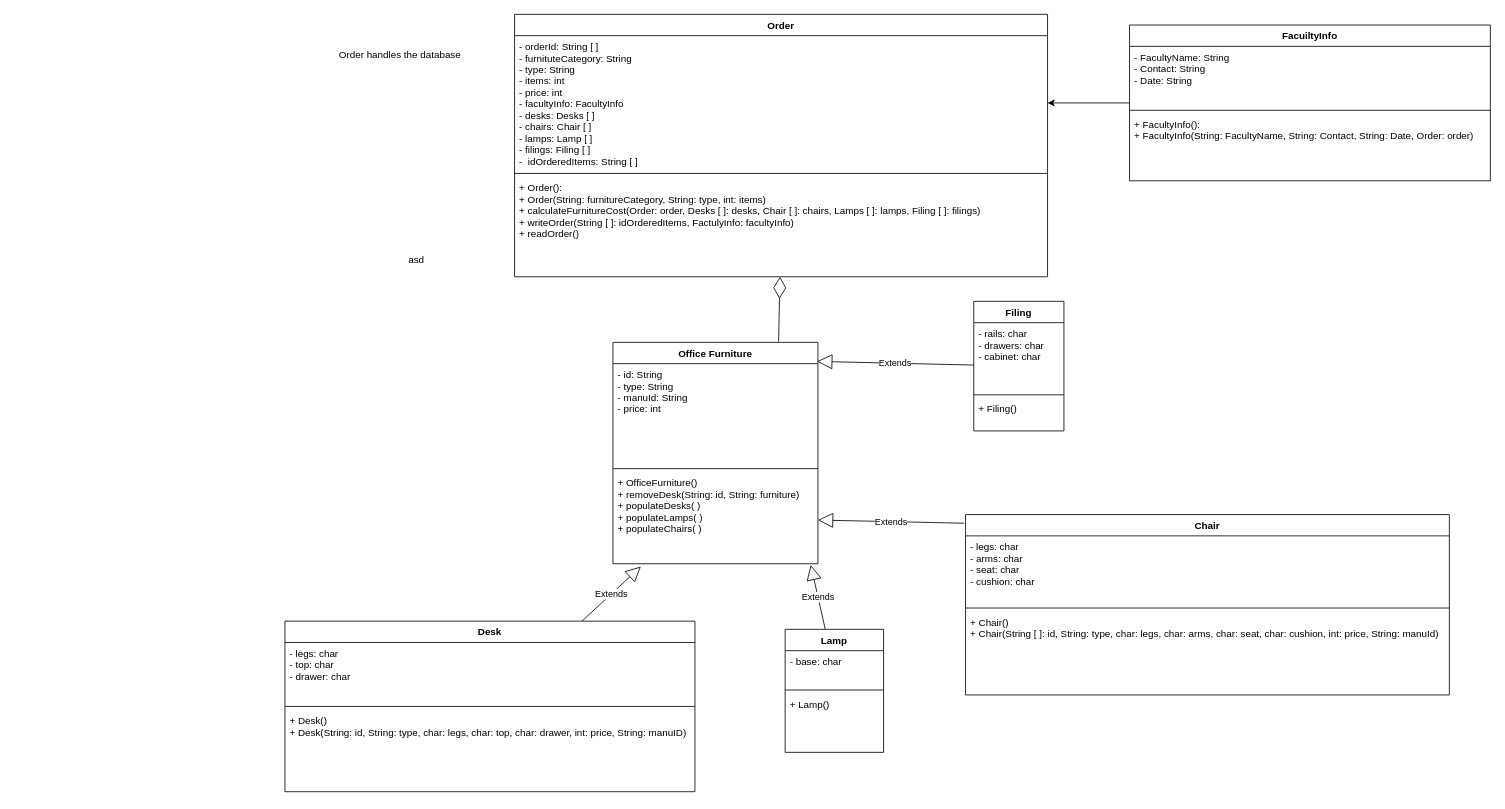
The draw.io diagram uml1.drawio in JayGurjar/Furniture-Management-System, before the edit. Source tidied: cells renumbered, new cells numbered last; positions are measured from the earlier drawing's top-left corner, leaving out a move shared by most shapes. Both pictures are drawn from the tidied source at 82%, with x=0, y=0 at pixel (285, 14).
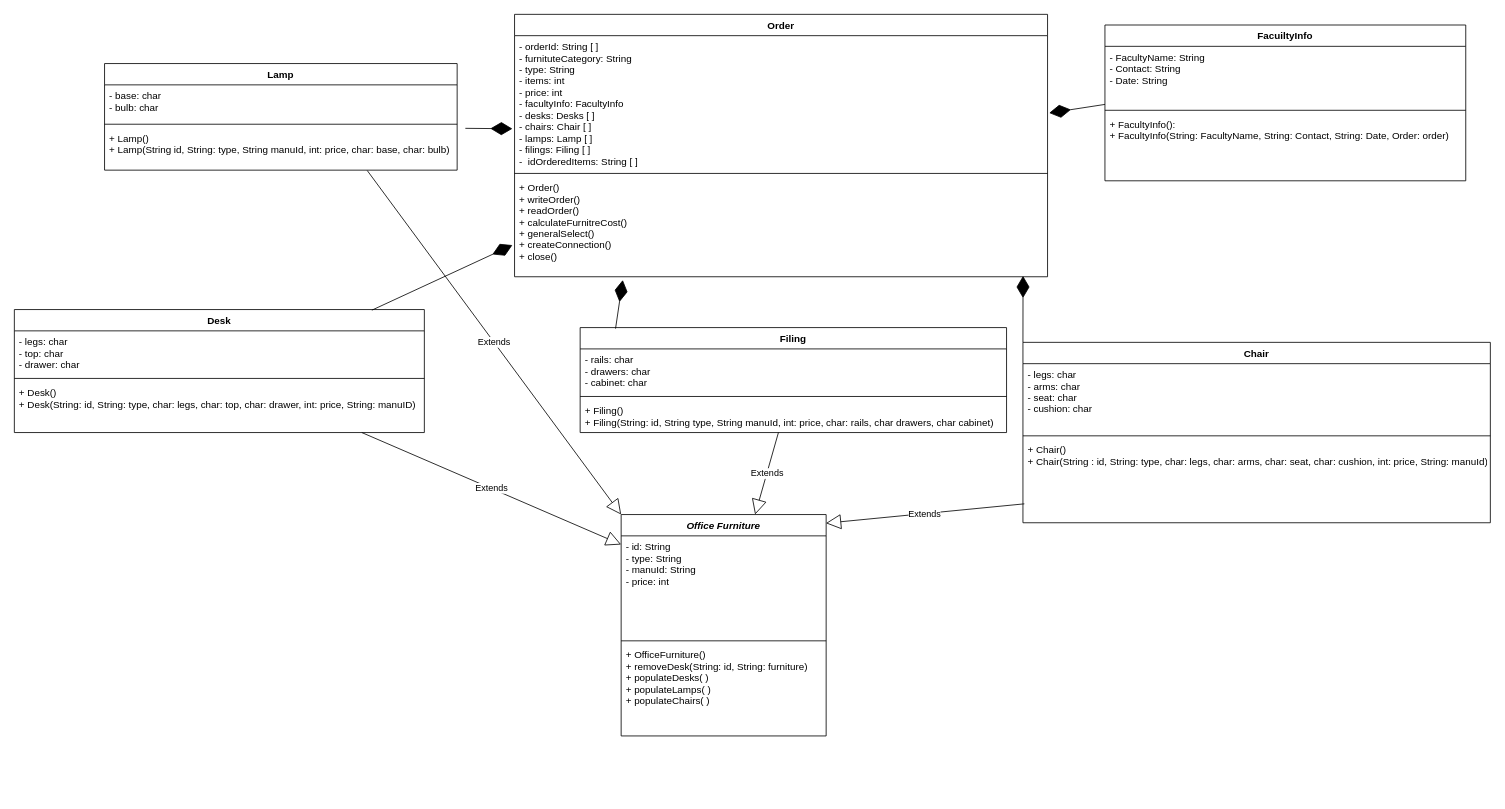
The same page after the edit.

The change refers to these unchanged cells:
```xml
<mxCell id="2" value="Order" style="swimlane;fontStyle=1;align=center;verticalAlign=top;horizontal=1;startSize=26;" parent="1" vertex="1">
  <mxGeometry x="280" width="650" height="320" as="geometry" />
</mxCell>
<mxCell id="3" value="- orderId: String [ ]&#10;- furnituteCategory: String&#10;- type: String&#10;- items: int&#10;- price: int&#10;- facultyInfo: FacultyInfo&#10;- desks: Desks [ ]&#10;- chairs: Chair [ ]&#10;- lamps: Lamp [ ]&#10;- filings: Filing [ ]&#10;-  idOrderedItems: String [ ]" style="text;strokeColor=none;fillColor=none;align=left;verticalAlign=top;spacingLeft=4;spacingRight=4;overflow=hidden;points=[[0,0.5],[1,0.5]];portConstraint=eastwest;" parent="2" vertex="1">
  <mxGeometry y="26" width="650" height="164" as="geometry" />
</mxCell>
<mxCell id="16" value="- FacultyName: String&#10;- Contact: String&#10;- Date: String&#10;" style="text;strokeColor=none;fillColor=none;align=left;verticalAlign=top;spacingLeft=4;spacingRight=4;overflow=hidden;points=[[0,0.5],[1,0.5]];portConstraint=eastwest;" parent="15" vertex="1">
  <mxGeometry y="26" width="440" height="74" as="geometry" />
</mxCell>
<mxCell id="28" value="- id: String&#10;- type: String&#10;- manuId: String&#10;- price: int&#10; &#10;" style="text;strokeColor=none;fillColor=none;align=left;verticalAlign=top;spacingLeft=4;spacingRight=4;overflow=hidden;points=[[0,0.5],[1,0.5]];portConstraint=eastwest;" parent="27" vertex="1">
  <mxGeometry y="26" width="250" height="124" as="geometry" />
</mxCell>
<mxCell id="30" value="+ OfficeFurniture()&#10;+ removeDesk(String: id, String: furniture) &#10;+ populateDesks( )&#10;+ populateLamps( )&#10;+ populateChairs( )" style="text;strokeColor=none;fillColor=none;align=left;verticalAlign=top;spacingLeft=4;spacingRight=4;overflow=hidden;points=[[0,0.5],[1,0.5]];portConstraint=eastwest;" parent="27" vertex="1">
  <mxGeometry y="158" width="250" height="112" as="geometry" />
</mxCell>
```

Change to the diagram source:
```diff
@@
-    <mxCell id="5" value="+ Order():&#10;+ Order(String: furnitureCategory, String: type, int: items)&#10;+ calculateFurnitureCost(Order: order, Desks [ ]: desks, Chair [ ]: chairs, Lamps [ ]: lamps, Filing [ ]: filings)&#10;+ writeOrder(String [ ]: idOrderedItems, FactulyInfo: facultyInfo)&#10;+ readOrder()" style="text;strokeColor=none;fillColor=none;align=left;verticalAlign=top;spacingLeft=4;spacingRight=4;overflow=hidden;points=[[0,0.5],[1,0.5]];portConstraint=eastwest;" parent="2" vertex="1">
+    <mxCell id="5" value="+ Order()&#10;+ writeOrder()&#10;+ readOrder()&#10;+ calculateFurnitreCost()&#10;+ generalSelect()&#10;+ createConnection()&#10;+ close()" style="text;strokeColor=none;fillColor=none;align=left;verticalAlign=top;spacingLeft=4;spacingRight=4;overflow=hidden;points=[[0,0.5],[1,0.5]];portConstraint=eastwest;" parent="2" vertex="1">
       <mxGeometry y="198" width="650" height="122" as="geometry" />
     </mxCell>
     <mxCell id="6" value="Chair&#10;" style="swimlane;fontStyle=1;align=center;verticalAlign=top;horizontal=1;startSize=26;" parent="1" vertex="1">
-      <mxGeometry x="830" y="610" width="590" height="220" as="geometry" />
+      <mxGeometry x="900" y="400" width="570" height="220" as="geometry" />
     </mxCell>
     <mxCell id="7" value="- legs: char&#10;- arms: char&#10;- seat: char&#10;- cushion: char&#10; " style="text;strokeColor=none;fillColor=none;align=left;verticalAlign=top;spacingLeft=4;spacingRight=4;overflow=hidden;" parent="6" vertex="1">
-      <mxGeometry y="26" width="590" height="84" as="geometry" />
+      <mxGeometry y="26" width="570" height="84" as="geometry" />
     </mxCell>
     <mxCell id="8" style="line;strokeWidth=1;fillColor=none;align=left;verticalAlign=middle;spacingTop=-1;spacingLeft=3;spacingRight=3;labelPosition=right;" parent="6" vertex="1">
-      <mxGeometry y="110" width="590" height="8" as="geometry" />
+      <mxGeometry y="110" width="570" height="8" as="geometry" />
     </mxCell>
-    <mxCell id="9" value="+ Chair()&#10;+ Chair(String [ ]: id, String: type, char: legs, char: arms, char: seat, char: cushion, int: price, String: manuId)" style="text;strokeColor=none;fillColor=none;align=left;verticalAlign=top;spacingLeft=4;spacingRight=4;overflow=hidden;points=[[0,0.5],[1,0.5]];portConstraint=eastwest;" parent="6" vertex="1">
-      <mxGeometry y="118" width="590" height="102" as="geometry" />
+    <mxCell id="9" value="+ Chair()&#10;+ Chair(String : id, String: type, char: legs, char: arms, char: seat, char: cushion, int: price, String: manuId)" style="text;strokeColor=none;fillColor=none;align=left;verticalAlign=top;spacingLeft=4;spacingRight=4;overflow=hidden;points=[[0,0.5],[1,0.5]];portConstraint=eastwest;" parent="6" vertex="1">
+      <mxGeometry y="118" width="570" height="102" as="geometry" />
     </mxCell>
     <mxCell id="10" value="Desk&#10;" style="swimlane;fontStyle=1;align=center;verticalAlign=top;horizontal=1;startSize=26;" parent="1" vertex="1">
-      <mxGeometry y="740" width="500" height="208" as="geometry" />
+      <mxGeometry x="-330" y="360" width="500" height="150" as="geometry" />
     </mxCell>
     <mxCell id="11" value="- legs: char&#10;- top: char&#10;- drawer: char&#10;" style="text;strokeColor=none;fillColor=none;align=left;verticalAlign=top;spacingLeft=4;spacingRight=4;overflow=hidden;" parent="10" vertex="1">
-      <mxGeometry y="26" width="500" height="74" as="geometry" />
+      <mxGeometry y="26" width="500" height="54" as="geometry" />
     </mxCell>
     <mxCell id="12" style="line;strokeWidth=1;fillColor=none;align=left;verticalAlign=middle;spacingTop=-1;spacingLeft=3;spacingRight=3;labelPosition=right;" parent="10" vertex="1">
-      <mxGeometry y="100" width="500" height="8" as="geometry" />
+      <mxGeometry y="80" width="500" height="8" as="geometry" />
     </mxCell>
     <mxCell id="13" value="+ Desk()&#10;+ Desk(String: id, String: type, char: legs, char: top, char: drawer, int: price, String: manuID)" style="text;strokeColor=none;fillColor=none;align=left;verticalAlign=top;spacingLeft=4;spacingRight=4;overflow=hidden;" parent="10" vertex="1">
-      <mxGeometry y="108" width="500" height="100" as="geometry" />
+      <mxGeometry y="88" width="500" height="62" as="geometry" />
     </mxCell>
-    <mxCell id="14" style="edgeStyle=orthogonalEdgeStyle;rounded=0;jettySize=auto;html=1;" parent="1" edge="1" source="15" target="3">
-      <mxGeometry relative="1" as="geometry">
-        <Array as="points">
-          <mxPoint x="750" y="130" />
-          <mxPoint x="750" y="130" />
-        </Array>
-      </mxGeometry>
-    </mxCell>
     <mxCell id="15" value="FacuiltyInfo" style="swimlane;fontStyle=1;align=center;verticalAlign=top;horizontal=1;startSize=26;" parent="1" vertex="1">
-      <mxGeometry x="1030" y="13" width="440" height="190" as="geometry" />
+      <mxGeometry x="1000" y="13" width="440" height="190" as="geometry" />
     </mxCell>
@@
     <mxCell id="19" value="Lamp&#10;" style="swimlane;fontStyle=1;align=center;verticalAlign=top;horizontal=1;startSize=26;" parent="1" vertex="1">
-      <mxGeometry x="610" y="750" width="120" height="150" as="geometry" />
+      <mxGeometry x="-220" y="60" width="430" height="130" as="geometry" />
     </mxCell>
-    <mxCell id="20" value="- base: char&#10;" style="text;strokeColor=none;fillColor=none;align=left;verticalAlign=top;spacingLeft=4;spacingRight=4;overflow=hidden;" parent="19" vertex="1">
-      <mxGeometry y="26" width="120" height="44" as="geometry" />
+    <mxCell id="20" value="- base: char&#10;- bulb: char" style="text;strokeColor=none;fillColor=none;align=left;verticalAlign=top;spacingLeft=4;spacingRight=4;overflow=hidden;" parent="19" vertex="1">
+      <mxGeometry y="26" width="430" height="44" as="geometry" />
     </mxCell>
     <mxCell id="21" style="line;strokeWidth=1;fillColor=none;align=left;verticalAlign=middle;spacingTop=-1;spacingLeft=3;spacingRight=3;labelPosition=right;" parent="19" vertex="1">
-      <mxGeometry y="70" width="120" height="8" as="geometry" />
+      <mxGeometry y="70" width="430" height="8" as="geometry" />
     </mxCell>
-    <mxCell id="22" value="+ Lamp()" style="text;strokeColor=none;fillColor=none;align=left;verticalAlign=top;spacingLeft=4;spacingRight=4;overflow=hidden;points=[[0,0.5],[1,0.5]];portConstraint=eastwest;" parent="19" vertex="1">
-      <mxGeometry y="78" width="120" height="72" as="geometry" />
+    <mxCell id="22" value="+ Lamp()&#10;+ Lamp(String id, String: type, String manuId, int: price, char: base, char: bulb)" style="text;strokeColor=none;fillColor=none;align=left;verticalAlign=top;spacingLeft=4;spacingRight=4;overflow=hidden;points=[[0,0.5],[1,0.5]];portConstraint=eastwest;" parent="19" vertex="1">
+      <mxGeometry y="78" width="430" height="52" as="geometry" />
     </mxCell>
     <mxCell id="23" value="Filing" style="swimlane;fontStyle=1;align=center;verticalAlign=top;horizontal=1;startSize=26;" parent="1" vertex="1">
-      <mxGeometry x="840" y="350" width="110" height="158" as="geometry" />
+      <mxGeometry x="360" y="382" width="520" height="128" as="geometry" />
     </mxCell>
     <mxCell id="24" value="- rails: char&#10;- drawers: char&#10;- cabinet: char&#10;" style="text;strokeColor=none;fillColor=none;align=left;verticalAlign=top;spacingLeft=4;spacingRight=4;overflow=hidden;" parent="23" vertex="1">
-      <mxGeometry y="26" width="110" height="84" as="geometry" />
+      <mxGeometry y="26" width="520" height="54" as="geometry" />
     </mxCell>
     <mxCell id="25" style="line;strokeWidth=1;fillColor=none;align=left;verticalAlign=middle;spacingTop=-1;spacingLeft=3;spacingRight=3;labelPosition=right;" parent="23" vertex="1">
-      <mxGeometry y="110" width="110" height="8" as="geometry" />
+      <mxGeometry y="80" width="520" height="8" as="geometry" />
     </mxCell>
-    <mxCell id="26" value="+ Filing()" style="text;strokeColor=none;fillColor=none;align=left;verticalAlign=top;spacingLeft=4;spacingRight=4;overflow=hidden;" parent="23" vertex="1">
-      <mxGeometry y="118" width="110" height="40" as="geometry" />
+    <mxCell id="26" value="+ Filing()&#10;+ Filing(String: id, String type, String manuId, int: price, char: rails, char drawers, char cabinet)" style="text;strokeColor=none;fillColor=none;align=left;verticalAlign=top;spacingLeft=4;spacingRight=4;overflow=hidden;" parent="23" vertex="1">
+      <mxGeometry y="88" width="520" height="40" as="geometry" />
     </mxCell>
-    <mxCell id="27" value="Office Furniture&#10;" style="swimlane;fontStyle=1;align=center;verticalAlign=top;horizontal=1;startSize=26;" parent="1" vertex="1">
-      <mxGeometry x="400" y="400" width="250" height="270" as="geometry" />
+    <mxCell id="27" value="Office Furniture&#10;" style="swimlane;fontStyle=3;align=center;verticalAlign=top;horizontal=1;startSize=26;" parent="1" vertex="1">
+      <mxGeometry x="410" y="610" width="250" height="270" as="geometry" />
     </mxCell>
@@
-    <mxCell id="31" value="Extends" style="endArrow=block;endSize=16;endFill=0;html=1;entryX=0.136;entryY=1.031;entryDx=0;entryDy=0;entryPerimeter=0;" parent="1" edge="1" source="10" target="30">
+    <mxCell id="31" value="Extends" style="endArrow=block;endSize=16;endFill=0;html=1;entryX=0;entryY=0.085;entryDx=0;entryDy=0;entryPerimeter=0;" parent="1" edge="1" source="10" target="28">
       <mxGeometry relative="1" as="geometry" />
     </mxCell>
-    <mxCell id="32" value="Extends" style="endArrow=block;endSize=16;endFill=0;html=1;exitX=0.407;exitY=-0.003;exitDx=0;exitDy=0;exitPerimeter=0;entryX=0.965;entryY=1.013;entryDx=0;entryDy=0;entryPerimeter=0;" parent="1" edge="1" source="19" target="30">
+    <mxCell id="32" value="Extends" style="endArrow=block;endSize=16;endFill=0;html=1;entryX=0;entryY=0;entryDx=0;entryDy=0;exitX=0.745;exitY=1.009;exitDx=0;exitDy=0;exitPerimeter=0;" parent="1" edge="1" source="22" target="27">
       <mxGeometry relative="1" as="geometry" />
     </mxCell>
-    <mxCell id="33" value="Extends" style="endArrow=block;endSize=16;endFill=0;html=1;entryX=0.996;entryY=0.086;entryDx=0;entryDy=0;entryPerimeter=0;" parent="1" edge="1" source="23" target="27">
+    <mxCell id="33" value="Extends" style="endArrow=block;endSize=16;endFill=0;html=1;" parent="1" edge="1" source="23" target="27">
       <mxGeometry relative="1" as="geometry" />
     </mxCell>
-    <mxCell id="34" value="Extends" style="endArrow=block;endSize=16;endFill=0;html=1;exitX=-0.003;exitY=0.048;exitDx=0;exitDy=0;exitPerimeter=0;" parent="1" edge="1" source="6" target="30">
+    <mxCell id="34" value="Extends" style="endArrow=block;endSize=16;endFill=0;html=1;exitX=0.003;exitY=0.774;exitDx=0;exitDy=0;exitPerimeter=0;entryX=0.999;entryY=0.039;entryDx=0;entryDy=0;entryPerimeter=0;" parent="1" edge="1" source="9" target="27">
       <mxGeometry relative="1" as="geometry" />
     </mxCell>
-    <mxCell id="35" style="endArrow=diamondThin;endFill=0;endSize=24;html=1;exitX=0.808;exitY=-0.003;exitDx=0;exitDy=0;exitPerimeter=0;" parent="1" edge="1" source="27" target="5">
-      <mxGeometry relative="1" as="geometry" />
-    </mxCell>
-    <mxCell id="36" value="Order handles the database&lt;br&gt;" style="text;html=1;align=center;verticalAlign=middle;" parent="1" vertex="1">
-      <mxGeometry x="60" y="40" width="160" height="20" as="geometry" />
-    </mxCell>
-    <mxCell id="37" value="asd" style="text;html=1;align=center;verticalAlign=middle;" parent="1" vertex="1">
-      <mxGeometry x="145" y="290" width="30" height="20" as="geometry" />
-    </mxCell>
+    <mxCell id="38" style="endArrow=diamondThin;endFill=1;endSize=24;html=1;exitX=0.872;exitY=0.005;exitDx=0;exitDy=0;exitPerimeter=0;entryX=-0.004;entryY=0.684;entryDx=0;entryDy=0;entryPerimeter=0;" parent="1" edge="1" source="10" target="5">
+      <mxGeometry relative="1" as="geometry" />
+    </mxCell>
+    <mxCell id="39" style="endArrow=diamondThin;endFill=1;endSize=24;html=1;entryX=-0.004;entryY=0.692;entryDx=0;entryDy=0;entryPerimeter=0;" parent="1" edge="1" target="3">
+      <mxGeometry relative="1" as="geometry">
+        <mxPoint x="220" y="139" as="sourcePoint" />
+      </mxGeometry>
+    </mxCell>
+    <mxCell id="40" style="endArrow=diamondThin;endFill=1;endSize=24;html=1;exitX=0.083;exitY=0.01;exitDx=0;exitDy=0;exitPerimeter=0;entryX=0.203;entryY=1.033;entryDx=0;entryDy=0;entryPerimeter=0;" parent="1" edge="1" source="23" target="5">
+      <mxGeometry relative="1" as="geometry" />
+    </mxCell>
+    <mxCell id="41" style="endArrow=diamondThin;endFill=1;endSize=24;html=1;exitX=0;exitY=0;exitDx=0;exitDy=0;entryX=0.954;entryY=0.992;entryDx=0;entryDy=0;entryPerimeter=0;" parent="1" edge="1" source="6" target="5">
+      <mxGeometry relative="1" as="geometry" />
+    </mxCell>
+    <mxCell id="42" style="endArrow=diamondThin;endFill=1;endSize=24;html=1;entryX=1.003;entryY=0.575;entryDx=0;entryDy=0;entryPerimeter=0;" parent="1" edge="1" source="16" target="3">
+      <mxGeometry relative="1" as="geometry" />
+    </mxCell>
```
